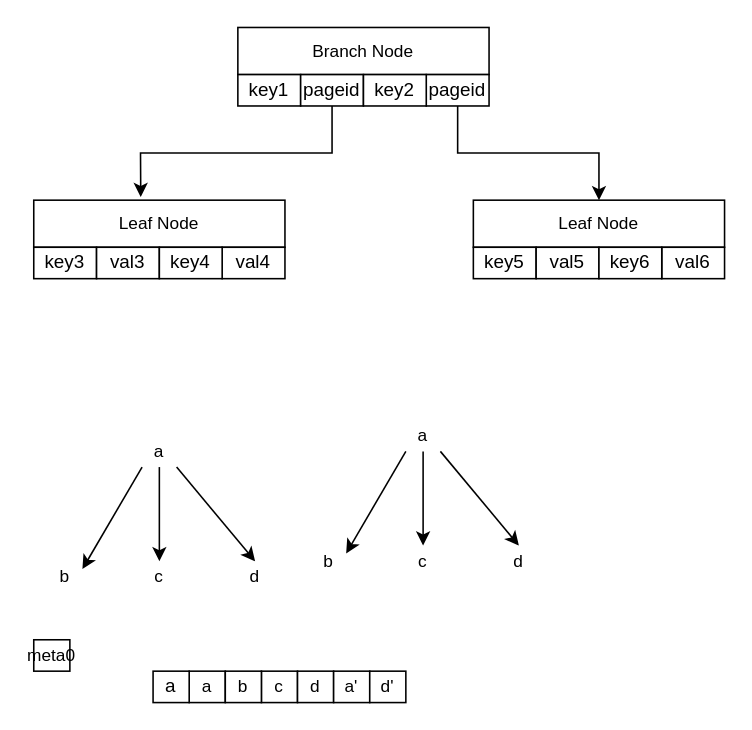
The draw.io diagram boltdb.drawio in gaoyubin/draw.io, before the edit. Source tidied: cells renumbered, new cells numbered last; positions are measured from the earlier drawing's top-left corner, leaving out a move shared by most shapes. Both pictures are drawn from the tidied source at 157%, with x=0, y=0 at pixel (33, 27).
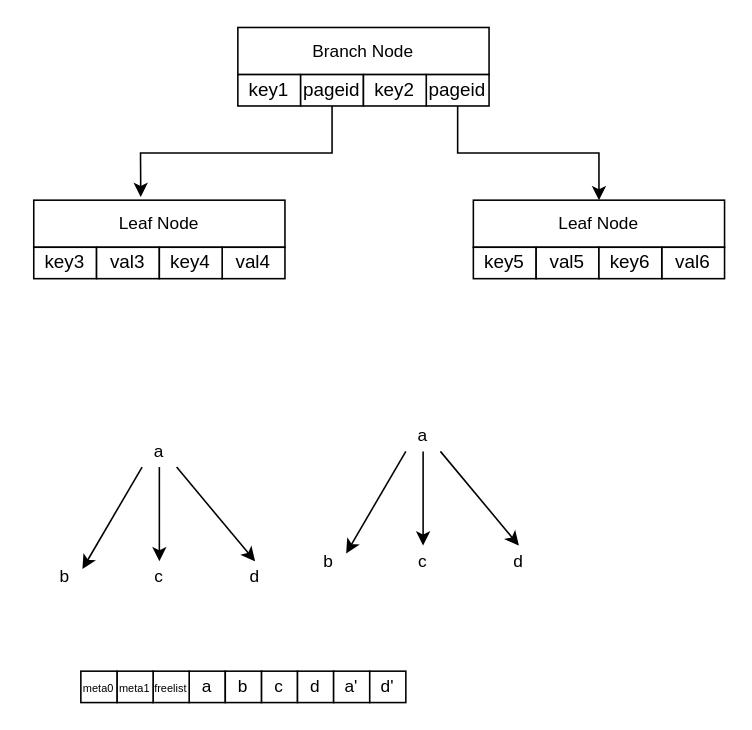
After the change.

What changed in the source:
```diff
@@
-    <mxCell id="39" value="&lt;font style=&quot;font-size: 12px;&quot;&gt;a&lt;/font&gt;" style="rounded=0;whiteSpace=wrap;html=1;fontSize=11;" parent="1" vertex="1">
+    <mxCell id="39" value="&lt;font style=&quot;font-size: 7px;&quot;&gt;freelist&lt;/font&gt;" style="rounded=0;whiteSpace=wrap;html=1;fontSize=11;" parent="1" vertex="1">
       <mxGeometry x="76" y="410" width="23" height="20" as="geometry" />
     </mxCell>
+    <mxCell id="41" value="&lt;font style=&quot;font-size: 7px;&quot;&gt;meta1&lt;/font&gt;" style="rounded=0;whiteSpace=wrap;html=1;fontSize=11;" parent="1" vertex="1">
+      <mxGeometry x="53" y="410" width="23" height="20" as="geometry" />
+    </mxCell>
-    <mxCell id="40" value="&lt;font style=&quot;&quot;&gt;&lt;font style=&quot;font-size: 11px;&quot;&gt;meta0&lt;/font&gt;&lt;br&gt;&lt;/font&gt;" style="rounded=0;whiteSpace=wrap;html=1;fontSize=11;align=center;" parent="1" vertex="1">
-      <mxGeometry y="390" width="23" height="20" as="geometry" />
+    <mxCell id="40" value="&lt;font style=&quot;font-size: 7px;&quot;&gt;meta0&lt;/font&gt;" style="rounded=0;whiteSpace=wrap;html=1;fontSize=11;" parent="1" vertex="1">
+      <mxGeometry x="30" y="410" width="23" height="20" as="geometry" />
     </mxCell>
```
